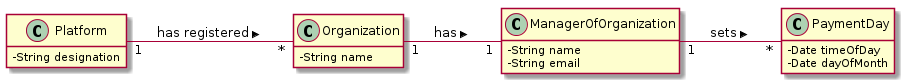
Earlier version of the PlantUML export docs/UC5 - Set Day of Payment/UC5_MD.png (pedrolemos4/LAPR2).
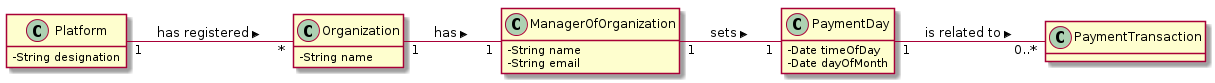
The same diagram one commit later.

What changed in the source:
```diff
@@ -21,7 +21,11 @@
   -Date dayOfMonth
 }
 
+class PaymentTransaction {
+}
+
 Platform "1" -- "*" Organization : has registered >
 Organization "1" -- "1" ManagerOfOrganization : has >
-ManagerOfOrganization "1" -- "*" PaymentDay : sets >
+ManagerOfOrganization "1" -- "1" PaymentDay : sets >
+PaymentDay "1" -- "0..*" PaymentTransaction : is related to >
 @enduml
```
